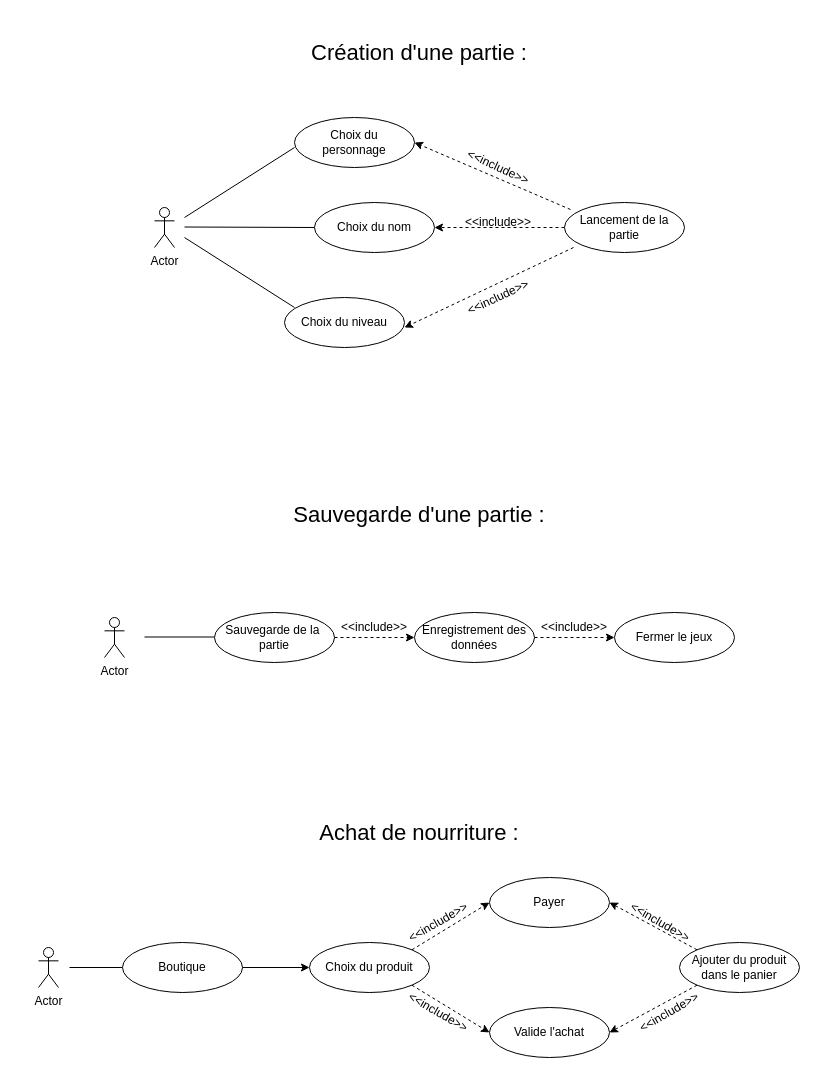
The draw.io diagram page "Page-1" (1 of 2) of DiagramCasUtilisation.drawio in BMaurice56/Tamagotchi, before the edit. Source tidied: cells renumbered, new cells numbered last; positions are measured from the earlier drawing's top-left corner, leaving out a move shared by most shapes. Both pictures are drawn from the tidied source at 100%, with x=0, y=0 at pixel (38, 17).
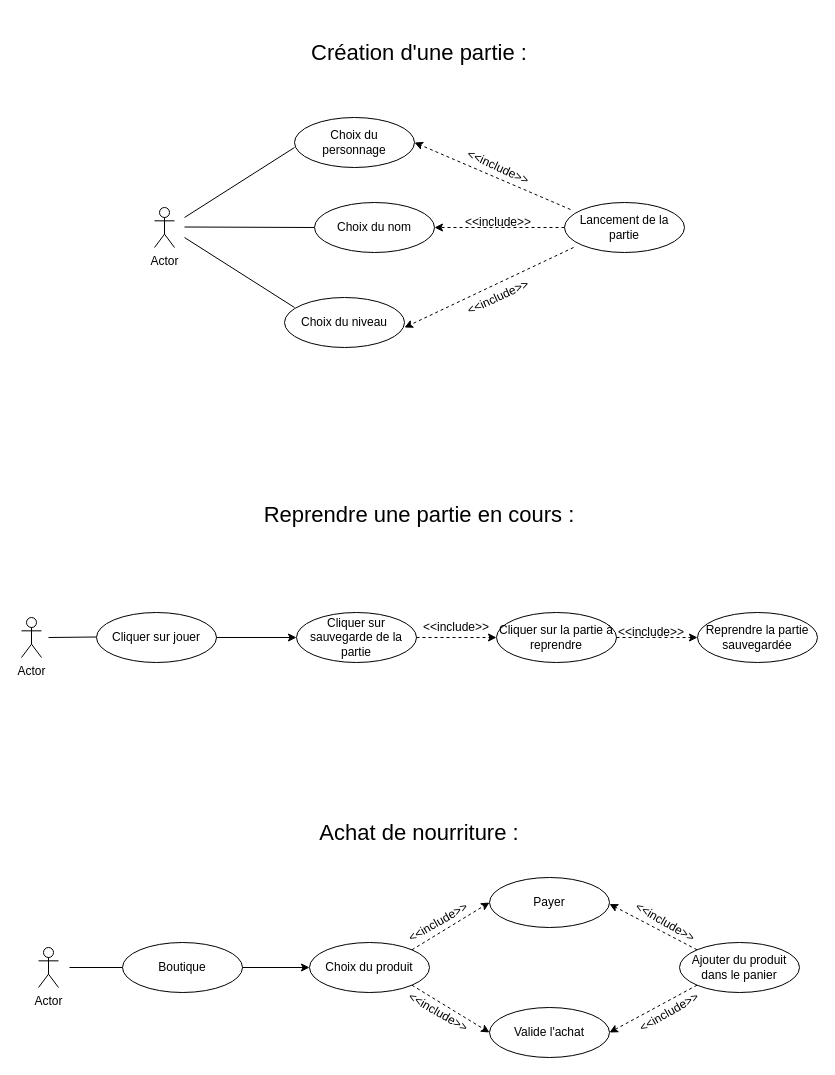
The same page after the edit.

The change refers to these unchanged cells:
```xml
<mxCell id="35" value="Payer" style="ellipse;whiteSpace=wrap;html=1;" parent="1" vertex="1">
  <mxGeometry x="451" y="860" width="120" height="50" as="geometry" />
</mxCell>
<mxCell id="39" value="Ajouter du produit&lt;br&gt;dans le panier" style="ellipse;whiteSpace=wrap;html=1;" parent="1" vertex="1">
  <mxGeometry x="641" y="925" width="120" height="50" as="geometry" />
</mxCell>
```

Change to the diagram source:
```diff
@@
-    <mxCell id="18" value="Actor" style="shape=umlActor;verticalLabelPosition=bottom;verticalAlign=top;html=1;" parent="1" vertex="1">
-      <mxGeometry x="66" y="600" width="20" height="40" as="geometry" />
-    </mxCell>
     <mxCell id="19" style="endArrow=none;html=1;rounded=0;" parent="1" edge="1">
       <mxGeometry relative="1" as="geometry">
-        <mxPoint x="106" y="619.5" as="sourcePoint" />
-        <mxPoint x="176" y="619.5" as="targetPoint" />
+        <mxPoint x="10" y="620" as="sourcePoint" />
+        <mxPoint x="58" y="619.5" as="targetPoint" />
       </mxGeometry>
     </mxCell>
-    <mxCell id="20" value="Sauvegarde de la&amp;nbsp;&lt;br&gt;partie" style="ellipse;whiteSpace=wrap;html=1;" parent="1" vertex="1">
-      <mxGeometry x="176" y="595" width="120" height="50" as="geometry" />
+    <mxCell id="20" value="Cliquer sur jouer" style="ellipse;whiteSpace=wrap;html=1;" parent="1" vertex="1">
+      <mxGeometry x="58" y="595" width="120" height="50" as="geometry" />
     </mxCell>
-    <mxCell id="21" value="Enregistrement des&lt;br&gt;données" style="ellipse;whiteSpace=wrap;html=1;" parent="1" vertex="1">
-      <mxGeometry x="376" y="595" width="120" height="50" as="geometry" />
+    <mxCell id="21" value="Cliquer sur sauvegarde de la partie" style="ellipse;whiteSpace=wrap;html=1;" parent="1" vertex="1">
+      <mxGeometry x="258" y="595" width="120" height="50" as="geometry" />
     </mxCell>
-    <mxCell id="22" value="Fermer le jeux" style="ellipse;whiteSpace=wrap;html=1;" parent="1" vertex="1">
-      <mxGeometry x="576" y="595" width="120" height="50" as="geometry" />
+    <mxCell id="22" value="Cliquer sur la partie à reprendre" style="ellipse;whiteSpace=wrap;html=1;" parent="1" vertex="1">
+      <mxGeometry x="458" y="595" width="120" height="50" as="geometry" />
     </mxCell>
-    <mxCell id="23" style="endArrow=classic;html=1;rounded=0;dashed=1;" parent="1" edge="1" source="20">
-      <mxGeometry relative="1" as="geometry">
-        <mxPoint x="376" y="620" as="targetPoint" />
-      </mxGeometry>
-    </mxCell>
     <mxCell id="24" style="endArrow=classic;html=1;rounded=0;dashed=1;exitX=1;exitY=0.5;exitDx=0;exitDy=0;" parent="1" edge="1" source="21">
       <mxGeometry relative="1" as="geometry">
-        <mxPoint x="576" y="620" as="targetPoint" />
+        <mxPoint x="458" y="620" as="targetPoint" />
       </mxGeometry>
     </mxCell>
-    <mxCell id="25" value="&amp;lt;&amp;lt;include&amp;gt;&amp;gt;" style="text;html=1;strokeColor=none;fillColor=none;align=center;verticalAlign=middle;whiteSpace=wrap;rounded=0;rotation=0;" parent="1" vertex="1">
-      <mxGeometry x="306" y="590" width="60" height="40" as="geometry" />
-    </mxCell>
     <mxCell id="26" value="&amp;lt;&amp;lt;include&amp;gt;&amp;gt;" style="text;html=1;strokeColor=none;fillColor=none;align=center;verticalAlign=middle;whiteSpace=wrap;rounded=0;rotation=0;" parent="1" vertex="1">
-      <mxGeometry x="506" y="590" width="60" height="40" as="geometry" />
+      <mxGeometry x="388" y="590" width="60" height="40" as="geometry" />
     </mxCell>
-    <mxCell id="27" value="&lt;span style=&quot;font-size: 22px;&quot;&gt;Sauvegarde d'une partie :&lt;/span&gt;" style="text;html=1;strokeColor=none;fillColor=none;align=center;verticalAlign=middle;whiteSpace=wrap;rounded=0;" parent="1" vertex="1">
+    <mxCell id="27" value="&lt;span style=&quot;font-size: 22px;&quot;&gt;Reprendre une partie en cours :&lt;/span&gt;" style="text;html=1;strokeColor=none;fillColor=none;align=center;verticalAlign=middle;whiteSpace=wrap;rounded=0;" parent="1" vertex="1">
       <mxGeometry x="221" y="462" width="320" height="71.8" as="geometry" />
     </mxCell>
@@
-    <mxCell id="40" style="endArrow=classic;html=1;rounded=0;dashed=1;exitX=0;exitY=0;exitDx=0;exitDy=0;entryX=1;entryY=0.5;entryDx=0;entryDy=0;" parent="1" edge="1" source="39" target="35">
+    <mxCell id="40" style="endArrow=classic;html=1;rounded=0;dashed=1;exitX=1;exitY=0.5;exitDx=0;exitDy=0;entryX=0;entryY=0.5;entryDx=0;entryDy=0;" parent="1" edge="1" source="22" target="46">
       <mxGeometry relative="1" as="geometry" />
     </mxCell>
@@
     <mxCell id="42" value="&amp;lt;&amp;lt;include&amp;gt;&amp;gt;" style="text;html=1;strokeColor=none;fillColor=none;align=center;verticalAlign=middle;whiteSpace=wrap;rounded=0;rotation=30;" parent="1" vertex="1">
-      <mxGeometry x="592" y="885" width="60" height="40" as="geometry" />
+      <mxGeometry x="597" y="885" width="60" height="40" as="geometry" />
     </mxCell>
@@
+    <mxCell id="45" style="endArrow=classic;html=1;rounded=0;exitX=1;exitY=0.5;exitDx=0;exitDy=0;entryX=0;entryY=0.5;entryDx=0;entryDy=0;" parent="1" edge="1" source="20" target="21">
+      <mxGeometry relative="1" as="geometry" />
+    </mxCell>
+    <mxCell id="46" value="Reprendre la partie sauvegardée" style="ellipse;whiteSpace=wrap;html=1;" parent="1" vertex="1">
+      <mxGeometry x="659" y="595" width="120" height="50" as="geometry" />
+    </mxCell>
+    <mxCell id="25" value="&amp;lt;&amp;lt;include&amp;gt;&amp;gt;" style="text;html=1;strokeColor=none;fillColor=none;align=center;verticalAlign=middle;whiteSpace=wrap;rounded=0;rotation=0;" parent="1" vertex="1">
+      <mxGeometry x="583" y="595" width="60" height="40" as="geometry" />
+    </mxCell>
+    <mxCell id="47" style="endArrow=classic;html=1;rounded=0;dashed=1;exitX=0;exitY=0;exitDx=0;exitDy=0;entryX=1;entryY=0.5;entryDx=0;entryDy=0;" parent="1" edge="1" source="39">
+      <mxGeometry relative="1" as="geometry">
+        <mxPoint x="571" y="886.5" as="targetPoint" />
+      </mxGeometry>
+    </mxCell>
+    <mxCell id="18" value="Actor" style="shape=umlActor;verticalLabelPosition=bottom;verticalAlign=top;html=1;" parent="1" vertex="1">
+      <mxGeometry x="-17" y="600" width="20" height="40" as="geometry" />
+    </mxCell>
```
